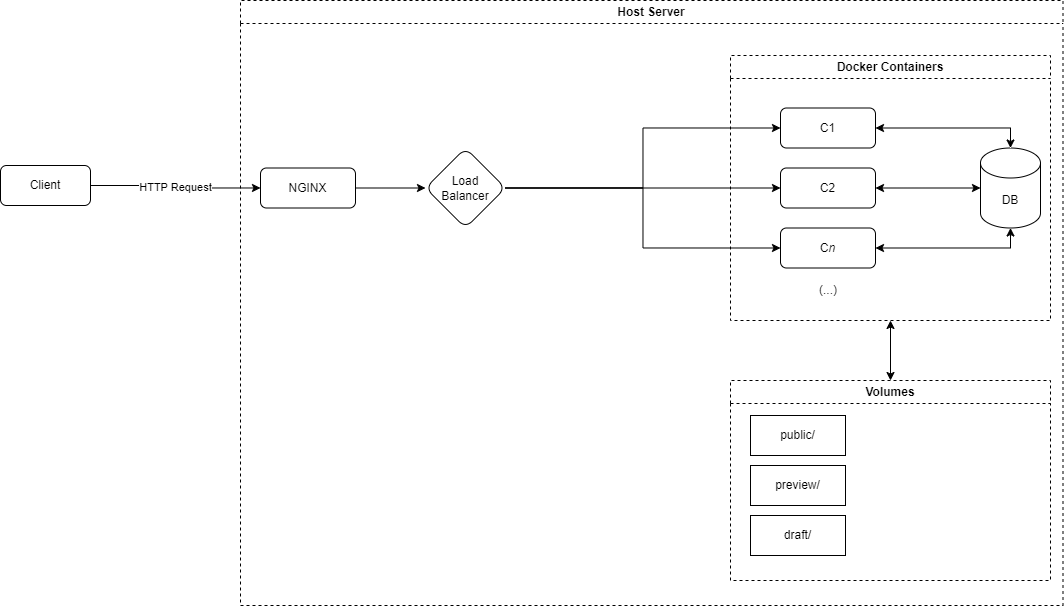
j-000/drawio keeps this draw.io diagram as architecture.png. Above is the earlier version. Source tidied: cells renumbered, new cells last; positions are measured from the earlier drawing's top-left corner, leaving out a move shared by most shapes.
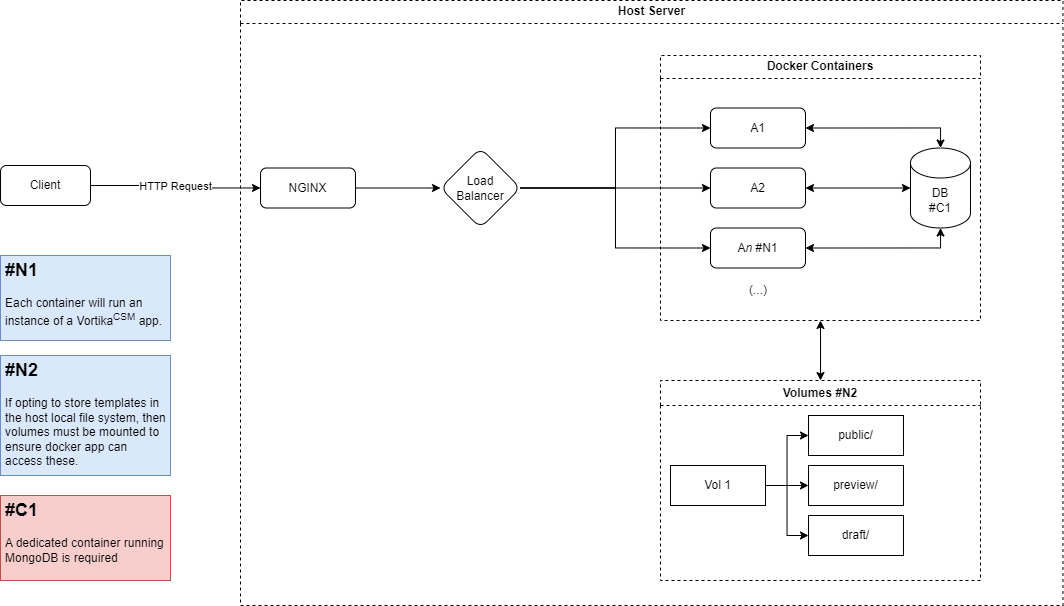
The same file after the commit.

What changed in the source:
```diff
@@ -27,30 +27,30 @@
       <mxGeometry relative="1" as="geometry" />
     </mxCell>
     <mxCell id="10" value="Load &lt;br&gt;Balancer" style="rhombus;whiteSpace=wrap;html=1;rounded=1;" parent="4" vertex="1">
-      <mxGeometry x="185" y="147.5" width="80" height="80" as="geometry" />
+      <mxGeometry x="200" y="147.5" width="80" height="80" as="geometry" />
     </mxCell>
     <mxCell id="11" value="Docker Containers" style="swimlane;whiteSpace=wrap;html=1;dashed=1;" parent="4" vertex="1">
-      <mxGeometry x="490" y="55" width="320" height="265" as="geometry" />
+      <mxGeometry x="420" y="55" width="320" height="265" as="geometry" />
     </mxCell>
     <mxCell id="12" style="edgeStyle=orthogonalEdgeStyle;rounded=0;jettySize=auto;html=1;exitX=1;exitY=0.5;exitDx=0;exitDy=0;entryX=0.5;entryY=0;entryDx=0;entryDy=0;endArrow=classic;endFill=1;startArrow=classic;startFill=1;entryPerimeter=0;" parent="11" edge="1" source="13" target="18">
       <mxGeometry relative="1" as="geometry" />
     </mxCell>
-    <mxCell id="13" value="C1" style="whiteSpace=wrap;html=1;rounded=1;" parent="11" vertex="1">
+    <mxCell id="13" value="A1" style="whiteSpace=wrap;html=1;rounded=1;" parent="11" vertex="1">
       <mxGeometry x="50" y="52.5" width="95" height="40" as="geometry" />
     </mxCell>
     <mxCell id="14" style="edgeStyle=orthogonalEdgeStyle;rounded=0;jettySize=auto;html=1;exitX=1;exitY=0.5;exitDx=0;exitDy=0;entryX=0.5;entryY=1;entryDx=0;entryDy=0;startArrow=classic;startFill=1;entryPerimeter=0;" parent="11" edge="1" source="15" target="18">
       <mxGeometry relative="1" as="geometry" />
     </mxCell>
-    <mxCell id="15" value="C&lt;i&gt;n&lt;/i&gt;" style="whiteSpace=wrap;html=1;rounded=1;" parent="11" vertex="1">
+    <mxCell id="15" value="A&lt;i&gt;n &lt;/i&gt;#N1" style="whiteSpace=wrap;html=1;rounded=1;" parent="11" vertex="1">
       <mxGeometry x="50" y="172.5" width="95" height="40" as="geometry" />
     </mxCell>
     <mxCell id="16" style="edgeStyle=orthogonalEdgeStyle;rounded=0;jettySize=auto;html=1;exitX=1;exitY=0.5;exitDx=0;exitDy=0;entryX=0;entryY=0.5;entryDx=0;entryDy=0;startArrow=classic;startFill=1;entryPerimeter=0;" parent="11" edge="1" source="17" target="18">
       <mxGeometry relative="1" as="geometry" />
     </mxCell>
-    <mxCell id="17" value="C2" style="whiteSpace=wrap;html=1;rounded=1;" parent="11" vertex="1">
+    <mxCell id="17" value="A2" style="whiteSpace=wrap;html=1;rounded=1;" parent="11" vertex="1">
       <mxGeometry x="50" y="112.5" width="95" height="40" as="geometry" />
     </mxCell>
-    <mxCell id="18" value="DB" style="shape=cylinder3;whiteSpace=wrap;html=1;boundedLbl=1;backgroundOutline=1;size=15;" parent="11" vertex="1">
+    <mxCell id="18" value="DB&lt;br&gt;#C1" style="shape=cylinder3;whiteSpace=wrap;html=1;boundedLbl=1;backgroundOutline=1;size=15;" parent="11" vertex="1">
       <mxGeometry x="250" y="92.5" width="60" height="80" as="geometry" />
     </mxCell>
     <mxCell id="19" value="(...)" style="text;html=1;strokeColor=none;fillColor=none;align=center;verticalAlign=middle;whiteSpace=wrap;rounded=0;" parent="11" vertex="1">
@@ -59,17 +59,38 @@
     <mxCell id="20" style="edgeStyle=orthogonalEdgeStyle;rounded=0;jettySize=auto;html=1;exitX=0.5;exitY=0;exitDx=0;exitDy=0;entryX=0.5;entryY=1;entryDx=0;entryDy=0;startArrow=classic;startFill=1;" parent="4" edge="1" source="21" target="11">
       <mxGeometry relative="1" as="geometry" />
     </mxCell>
-    <mxCell id="21" value="Volumes" style="swimlane;whiteSpace=wrap;html=1;dashed=1;" parent="4" vertex="1">
-      <mxGeometry x="490" y="380" width="320" height="200" as="geometry" />
+    <mxCell id="21" value="Volumes #N2" style="swimlane;whiteSpace=wrap;html=1;dashed=1;startSize=25;" parent="4" vertex="1">
+      <mxGeometry x="420" y="380" width="320" height="200" as="geometry" />
     </mxCell>
     <mxCell id="22" value="public/" style="whiteSpace=wrap;html=1;rounded=1;arcSize=0;" parent="21" vertex="1">
-      <mxGeometry x="20" y="35" width="95" height="40" as="geometry" />
+      <mxGeometry x="148" y="35" width="95" height="40" as="geometry" />
     </mxCell>
     <mxCell id="23" value="preview/" style="whiteSpace=wrap;html=1;rounded=1;arcSize=0;" parent="21" vertex="1">
-      <mxGeometry x="20" y="85" width="95" height="40" as="geometry" />
+      <mxGeometry x="148" y="85" width="95" height="40" as="geometry" />
     </mxCell>
     <mxCell id="24" value="draft/" style="whiteSpace=wrap;html=1;rounded=1;arcSize=0;" parent="21" vertex="1">
-      <mxGeometry x="20" y="135" width="95" height="40" as="geometry" />
+      <mxGeometry x="148" y="135" width="95" height="40" as="geometry" />
     </mxCell>
+    <mxCell id="25" style="edgeStyle=orthogonalEdgeStyle;rounded=0;jettySize=auto;html=1;exitX=1;exitY=0.5;exitDx=0;exitDy=0;entryX=0;entryY=0.5;entryDx=0;entryDy=0;" parent="21" edge="1" source="28" target="22">
+      <mxGeometry relative="1" as="geometry" />
+    </mxCell>
+    <mxCell id="26" style="edgeStyle=orthogonalEdgeStyle;rounded=0;jettySize=auto;html=1;exitX=1;exitY=0.5;exitDx=0;exitDy=0;entryX=0;entryY=0.5;entryDx=0;entryDy=0;" parent="21" edge="1" source="28" target="23">
+      <mxGeometry relative="1" as="geometry" />
+    </mxCell>
+    <mxCell id="27" style="edgeStyle=orthogonalEdgeStyle;rounded=0;jettySize=auto;html=1;exitX=1;exitY=0.5;exitDx=0;exitDy=0;entryX=0;entryY=0.5;entryDx=0;entryDy=0;" parent="21" edge="1" source="28" target="24">
+      <mxGeometry relative="1" as="geometry" />
+    </mxCell>
+    <mxCell id="28" value="Vol 1" style="whiteSpace=wrap;html=1;rounded=1;arcSize=0;" parent="21" vertex="1">
+      <mxGeometry x="10" y="85" width="95" height="40" as="geometry" />
+    </mxCell>
+    <mxCell id="29" value="&lt;h2&gt;#N1&lt;/h2&gt;&lt;p&gt;Each container will run an instance of a Vortika&lt;sup&gt;CSM&lt;/sup&gt;&amp;nbsp;app.&amp;nbsp;&lt;/p&gt;" style="text;html=1;strokeColor=#6c8ebf;fillColor=#dae8fc;spacing=5;spacingTop=-20;whiteSpace=wrap;overflow=hidden;rounded=0;" parent="1" vertex="1">
+      <mxGeometry y="255" width="170" height="85" as="geometry" />
+    </mxCell>
+    <mxCell id="30" value="&lt;h2&gt;#C1&lt;/h2&gt;&lt;p&gt;A dedicated container running MongoDB is required&lt;/p&gt;" style="text;html=1;strokeColor=#b85450;fillColor=#f8cecc;spacing=5;spacingTop=-20;whiteSpace=wrap;overflow=hidden;rounded=0;" parent="1" vertex="1">
+      <mxGeometry y="495" width="170" height="85" as="geometry" />
+    </mxCell>
+    <mxCell id="31" value="&lt;h2&gt;#N2&lt;/h2&gt;&lt;p&gt;If opting to store templates in the host local file system, then volumes must be mounted to ensure docker app can access these.&lt;/p&gt;" style="text;html=1;strokeColor=#6c8ebf;fillColor=#dae8fc;spacing=5;spacingTop=-20;whiteSpace=wrap;overflow=hidden;rounded=0;" parent="1" vertex="1">
+      <mxGeometry y="355" width="170" height="120" as="geometry" />
+    </mxCell>
   </root>
 </mxGraphModel>
```
